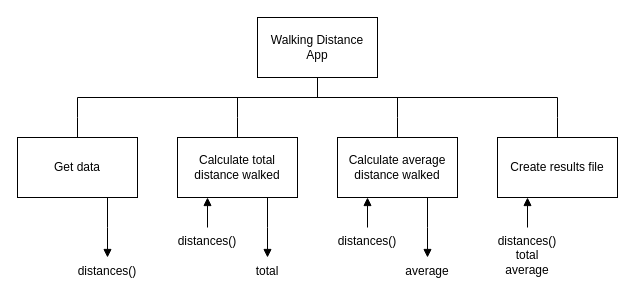
This is h-cs/sdd/H-SDD-Walking/assets/H-SDD-Walking.drawio from MrFriendCS/MrFriendCS.github.io, a draw.io file, before an edit. Source tidied: cells renumbered, new cells numbered last; positions are measured from the earlier drawing's top-left corner, leaving out a move shared by most shapes. Both pictures are drawn from the tidied source at 100%, with x=0, y=0 at pixel (17, 17).
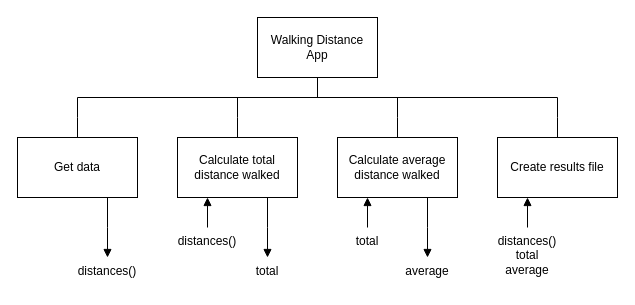
The same diagram, later.

Diff of the diagram source:
```diff
@@
-    <mxCell id="16" value="distances()" style="text;html=1;strokeColor=none;fillColor=none;align=center;verticalAlign=top;whiteSpace=wrap;rounded=0;" parent="1" vertex="1">
+    <mxCell id="16" value="total" style="text;html=1;strokeColor=none;fillColor=none;align=center;verticalAlign=top;whiteSpace=wrap;rounded=0;" parent="1" vertex="1">
       <mxGeometry x="310" y="210" width="80" height="30" as="geometry" />
     </mxCell>
```
